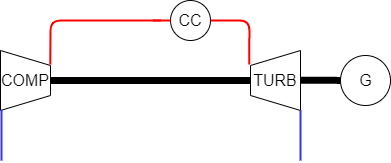
Above: Chapitre_5/Images/GT.png in Boreas3/TFE (draw.io), before the change. Source tidied: cells renumbered, new cells last; positions are measured from the earlier drawing's top-left corner, leaving out a move shared by most shapes.
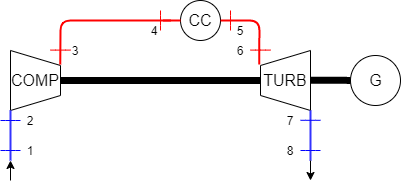
The same file after the commit.

Diff of the diagram source:
```diff
@@ -11,14 +11,6 @@
     <mxCell id="4" style="verticalLabelPosition=bottom;align=center;dashed=0;html=1;verticalAlign=top;shape=mxgraph.pid.piping.concentric_reducer;direction=west;" parent="1" vertex="1">
       <mxGeometry x="250" y="50" width="50" height="60" as="geometry" />
     </mxCell>
-    <mxCell id="5" style="endArrow=none;html=1;strokeWidth=2;entryX=1.026;entryY=0.768;entryDx=0;entryDy=0;entryPerimeter=0;exitX=1;exitY=0.5;exitDx=0;exitDy=0;strokeColor=#FF0000;" parent="1" edge="1" target="4">
-      <mxGeometry relative="1" as="geometry">
-        <mxPoint x="210" y="20" as="sourcePoint" />
-        <Array as="points">
-          <mxPoint x="249" y="20" />
-        </Array>
-      </mxGeometry>
-    </mxCell>
     <mxCell id="6" value="COMP" style="text;html=1;strokeColor=none;fillColor=none;align=center;verticalAlign=middle;whiteSpace=wrap;rounded=0;fontSize=16;" parent="1" vertex="1">
       <mxGeometry x="5" y="70" width="40" height="20" as="geometry" />
     </mxCell>
@@ -31,15 +23,6 @@
         <mxPoint x="170" y="20" as="targetPoint" />
       </mxGeometry>
     </mxCell>
-    <mxCell id="9" style="endArrow=none;html=1;strokeWidth=2;entryX=1.026;entryY=0.768;entryDx=0;entryDy=0;entryPerimeter=0;strokeColor=#FF0000;" parent="1" edge="1">
-      <mxGeometry relative="1" as="geometry">
-        <mxPoint x="160" y="20" as="sourcePoint" />
-        <mxPoint x="49.7" y="63.9" as="targetPoint" />
-        <Array as="points">
-          <mxPoint x="50" y="20" />
-        </Array>
-      </mxGeometry>
-    </mxCell>
     <mxCell id="10" style="endArrow=none;html=1;exitX=1;exitY=0.5;exitDx=0;exitDy=0;exitPerimeter=0;entryX=1;entryY=0.5;entryDx=0;entryDy=0;entryPerimeter=0;jumpSize=6;strokeWidth=7;" parent="1" edge="1" source="3" target="4">
       <mxGeometry relative="1" as="geometry" />
     </mxCell>
@@ -63,12 +46,137 @@
     </mxCell>
     <mxCell id="14" style="endArrow=none;html=1;strokeWidth=2;strokeColor=#3333FF;" parent="1" edge="1">
       <mxGeometry relative="1" as="geometry">
-        <mxPoint x="1" y="160" as="sourcePoint" />
-        <mxPoint x="1" y="110" as="targetPoint" />
+        <mxPoint y="160" as="sourcePoint" />
+        <mxPoint y="110" as="targetPoint" />
       </mxGeometry>
     </mxCell>
     <mxCell id="15" value="CC" style="text;html=1;strokeColor=none;fillColor=none;align=center;verticalAlign=middle;whiteSpace=wrap;rounded=0;fontSize=16;" parent="1" vertex="1">
       <mxGeometry x="170" y="10" width="40" height="20" as="geometry" />
     </mxCell>
+    <mxCell id="16" style="endArrow=classic;html=1;" parent="1" edge="1">
+      <mxGeometry relative="1" as="geometry">
+        <mxPoint y="180" as="sourcePoint" />
+        <mxPoint y="160" as="targetPoint" />
+      </mxGeometry>
+    </mxCell>
+    <mxCell id="17" style="endArrow=classic;html=1;" parent="1" edge="1">
+      <mxGeometry relative="1" as="geometry">
+        <mxPoint x="300" y="160" as="sourcePoint" />
+        <mxPoint x="300" y="180" as="targetPoint" />
+      </mxGeometry>
+    </mxCell>
+    <mxCell id="18" style="endArrow=none;html=1;strokeColor=#0000FF;" parent="1" edge="1">
+      <mxGeometry relative="1" as="geometry">
+        <mxPoint x="-10" y="150" as="sourcePoint" />
+        <mxPoint x="10" y="150" as="targetPoint" />
+        <Array as="points">
+          <mxPoint y="150" />
+        </Array>
+      </mxGeometry>
+    </mxCell>
+    <mxCell id="19" style="endArrow=none;html=1;strokeColor=#FF0000;" parent="1" edge="1">
+      <mxGeometry relative="1" as="geometry">
+        <mxPoint x="40" y="49.6" as="sourcePoint" />
+        <mxPoint x="60" y="49.6" as="targetPoint" />
+        <Array as="points">
+          <mxPoint x="50" y="49.6" />
+        </Array>
+      </mxGeometry>
+    </mxCell>
+    <mxCell id="20" style="endArrow=none;html=1;strokeColor=#FF0000;" parent="1" edge="1">
+      <mxGeometry relative="1" as="geometry">
+        <mxPoint x="240" y="49.6" as="sourcePoint" />
+        <mxPoint x="260" y="49.6" as="targetPoint" />
+        <Array as="points">
+          <mxPoint x="250" y="49.6" />
+        </Array>
+      </mxGeometry>
+    </mxCell>
+    <mxCell id="5" style="endArrow=none;html=1;strokeWidth=2;entryX=1.026;entryY=0.768;entryDx=0;entryDy=0;entryPerimeter=0;exitX=1;exitY=0.5;exitDx=0;exitDy=0;strokeColor=#FF0000;" parent="1" edge="1" target="4">
+      <mxGeometry relative="1" as="geometry">
+        <mxPoint x="210" y="20" as="sourcePoint" />
+        <Array as="points">
+          <mxPoint x="249" y="20" />
+        </Array>
+      </mxGeometry>
+    </mxCell>
+    <mxCell id="9" style="endArrow=none;html=1;strokeWidth=2;entryX=1.026;entryY=0.768;entryDx=0;entryDy=0;entryPerimeter=0;strokeColor=#FF0000;" parent="1" edge="1">
+      <mxGeometry relative="1" as="geometry">
+        <mxPoint x="160" y="20" as="sourcePoint" />
+        <mxPoint x="49.7" y="63.9" as="targetPoint" />
+        <Array as="points">
+          <mxPoint x="50" y="20" />
+        </Array>
+      </mxGeometry>
+    </mxCell>
+    <mxCell id="21" style="endArrow=none;html=1;strokeColor=#0000FF;" parent="1" edge="1">
+      <mxGeometry relative="1" as="geometry">
+        <mxPoint x="290" y="119.8" as="sourcePoint" />
+        <mxPoint x="310" y="119.8" as="targetPoint" />
+        <Array as="points">
+          <mxPoint x="300" y="119.8" />
+        </Array>
+      </mxGeometry>
+    </mxCell>
+    <mxCell id="22" value="1" style="text;html=1;strokeColor=none;fillColor=none;align=center;verticalAlign=middle;whiteSpace=wrap;rounded=0;" parent="1" vertex="1">
+      <mxGeometry y="140" width="40" height="20" as="geometry" />
+    </mxCell>
+    <mxCell id="23" value="3" style="text;html=1;strokeColor=none;fillColor=none;align=center;verticalAlign=middle;whiteSpace=wrap;rounded=0;" parent="1" vertex="1">
+      <mxGeometry x="45" y="40" width="40" height="20" as="geometry" />
+    </mxCell>
+    <mxCell id="24" style="endArrow=none;html=1;strokeColor=#0000FF;" parent="1" edge="1">
+      <mxGeometry relative="1" as="geometry">
+        <mxPoint x="-10" y="120" as="sourcePoint" />
+        <mxPoint x="10" y="120" as="targetPoint" />
+        <Array as="points">
+          <mxPoint y="120" />
+        </Array>
+      </mxGeometry>
+    </mxCell>
+    <mxCell id="25" value="2" style="text;html=1;strokeColor=none;fillColor=none;align=center;verticalAlign=middle;whiteSpace=wrap;rounded=0;" parent="1" vertex="1">
+      <mxGeometry y="110" width="40" height="20" as="geometry" />
+    </mxCell>
+    <mxCell id="26" style="endArrow=none;html=1;strokeColor=#FF0000;" parent="1" edge="1">
+      <mxGeometry relative="1" as="geometry">
+        <mxPoint x="150" y="30" as="sourcePoint" />
+        <mxPoint x="150" y="10" as="targetPoint" />
+        <Array as="points">
+          <mxPoint x="150" y="20" />
+        </Array>
+      </mxGeometry>
+    </mxCell>
+    <mxCell id="27" value="4" style="text;html=1;strokeColor=none;fillColor=none;align=center;verticalAlign=middle;whiteSpace=wrap;rounded=0;" parent="1" vertex="1">
+      <mxGeometry x="124" y="20" width="40" height="20" as="geometry" />
+    </mxCell>
+    <mxCell id="28" style="endArrow=none;html=1;strokeColor=#FF0000;" parent="1" edge="1">
+      <mxGeometry relative="1" as="geometry">
+        <mxPoint x="220" y="30" as="sourcePoint" />
+        <mxPoint x="220" y="10" as="targetPoint" />
+        <Array as="points">
+          <mxPoint x="220" y="20" />
+        </Array>
+      </mxGeometry>
+    </mxCell>
+    <mxCell id="29" value="5" style="text;html=1;strokeColor=none;fillColor=none;align=center;verticalAlign=middle;whiteSpace=wrap;rounded=0;" parent="1" vertex="1">
+      <mxGeometry x="210" y="20" width="40" height="20" as="geometry" />
+    </mxCell>
+    <mxCell id="30" value="6" style="text;html=1;strokeColor=none;fillColor=none;align=center;verticalAlign=middle;whiteSpace=wrap;rounded=0;" parent="1" vertex="1">
+      <mxGeometry x="210" y="40" width="40" height="20" as="geometry" />
+    </mxCell>
+    <mxCell id="31" value="7" style="text;html=1;strokeColor=none;fillColor=none;align=center;verticalAlign=middle;whiteSpace=wrap;rounded=0;" parent="1" vertex="1">
+      <mxGeometry x="260" y="110" width="40" height="20" as="geometry" />
+    </mxCell>
+    <mxCell id="32" style="endArrow=none;html=1;strokeColor=#0000FF;" parent="1" edge="1">
+      <mxGeometry relative="1" as="geometry">
+        <mxPoint x="290" y="150" as="sourcePoint" />
+        <mxPoint x="310" y="150" as="targetPoint" />
+        <Array as="points">
+          <mxPoint x="300" y="150" />
+        </Array>
+      </mxGeometry>
+    </mxCell>
+    <mxCell id="33" value="8" style="text;html=1;strokeColor=none;fillColor=none;align=center;verticalAlign=middle;whiteSpace=wrap;rounded=0;" parent="1" vertex="1">
+      <mxGeometry x="260" y="140" width="40" height="20" as="geometry" />
+    </mxCell>
   </root>
 </mxGraphModel>
```
